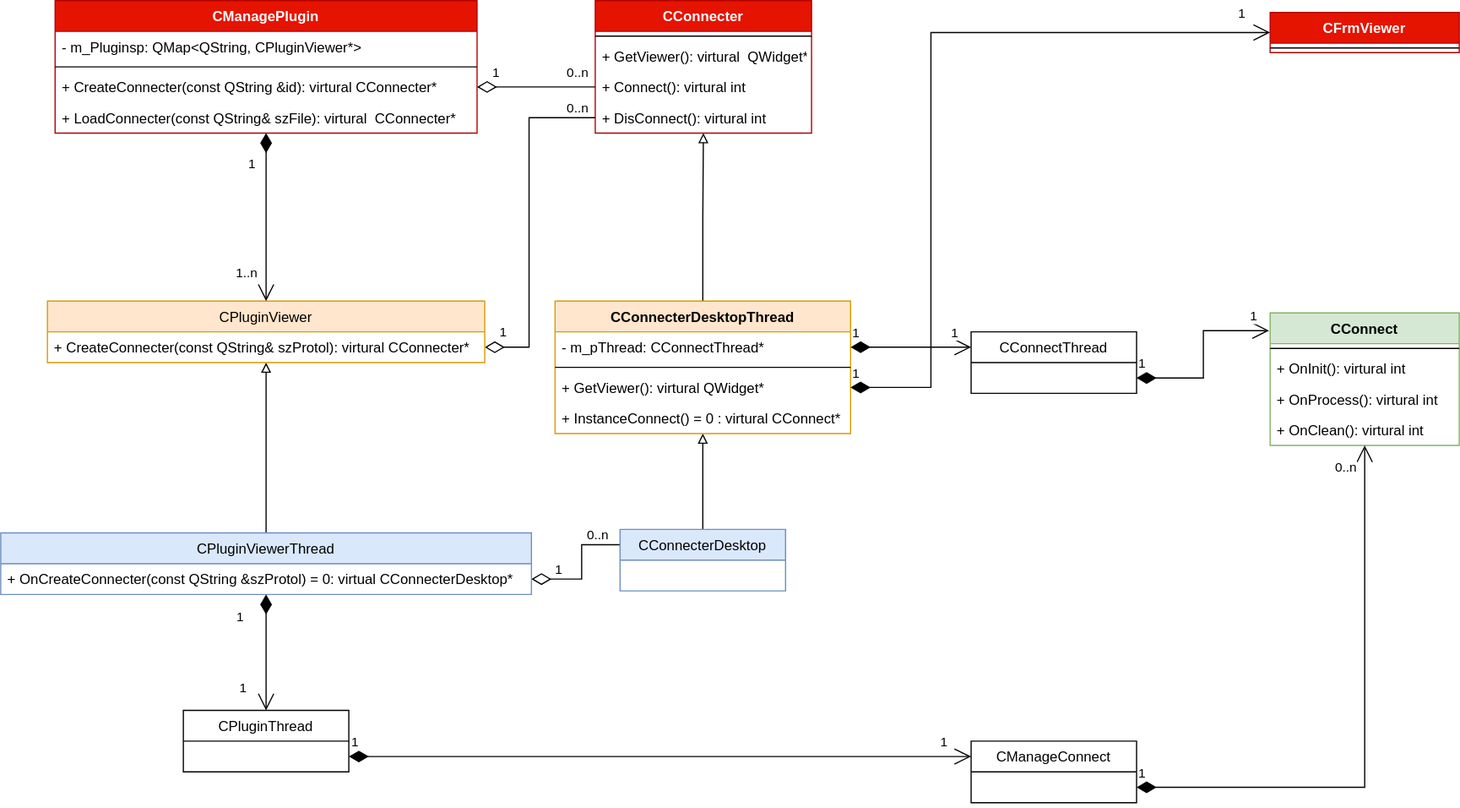
Above: docs/Image/PluginViewerAPI.svg in KangLin/RabbitRemoteControl (draw.io), before the change. Source tidied: cells renumbered, new cells last; positions are measured from the earlier drawing's top-left corner, leaving out a move shared by most shapes.
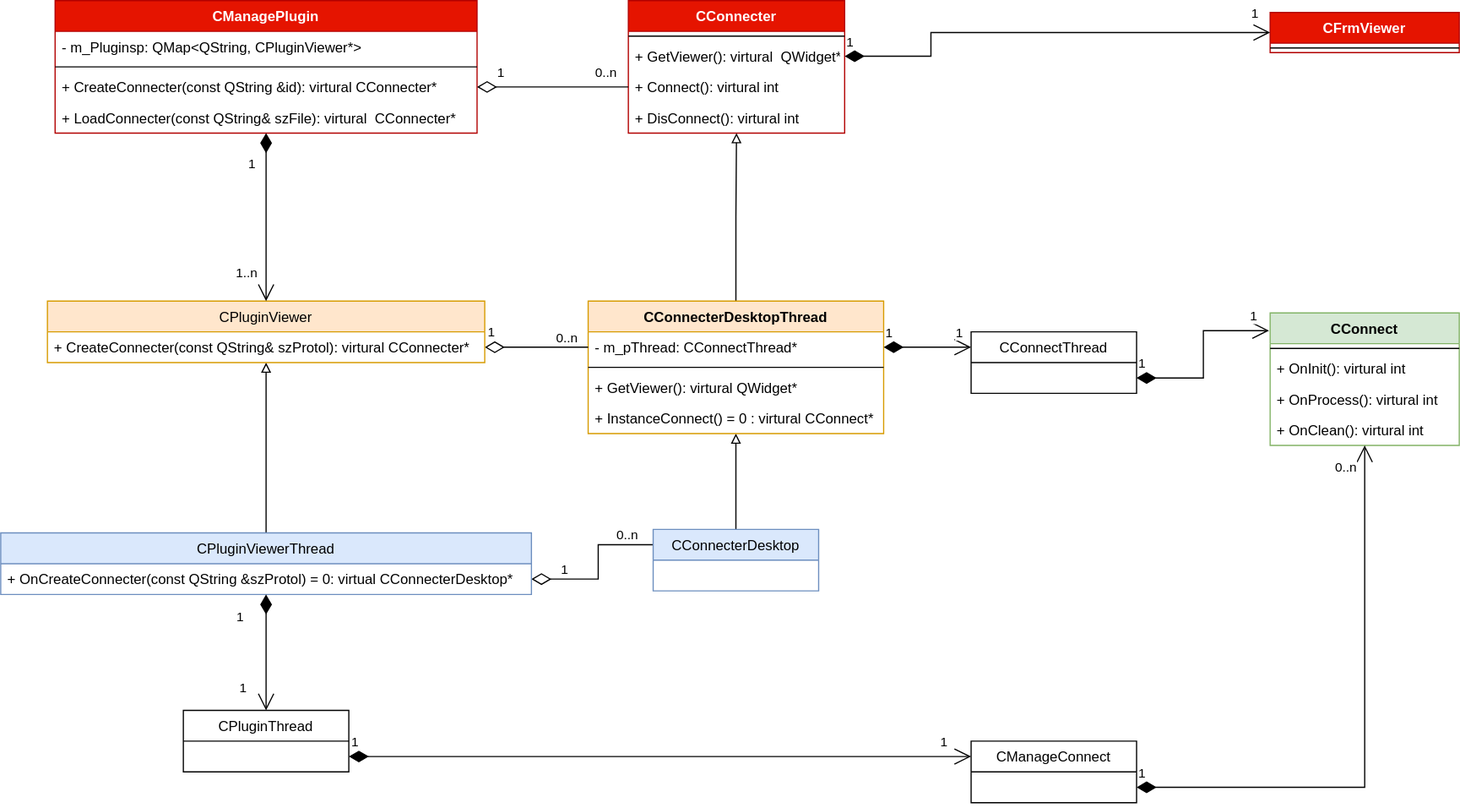
After the change.

The edit, as a diff of the source:
```diff
@@ -18,7 +18,7 @@
       <mxGeometry y="86" width="357" height="26" as="geometry" />
     </mxCell>
     <mxCell id="7" value="CConnecter" style="swimlane;fontStyle=1;align=center;verticalAlign=top;horizontal=1;startSize=26;fillColor=#e51400;fontColor=#ffffff;strokeColor=#B20000;" parent="1" vertex="1">
-      <mxGeometry x="503" width="183" height="112" as="geometry" />
+      <mxGeometry x="531" width="183" height="112" as="geometry" />
     </mxCell>
     <mxCell id="8" style="line;strokeWidth=1;fillColor=none;align=left;verticalAlign=middle;spacingTop=-1;spacingLeft=3;spacingRight=3;labelPosition=right;" parent="7" vertex="1">
       <mxGeometry y="26" width="183" height="8" as="geometry" />
@@ -39,7 +39,7 @@
       <mxGeometry relative="1" as="geometry" />
     </mxCell>
     <mxCell id="14" value="CConnecterDesktopThread&#10;" style="swimlane;fontStyle=1;align=center;verticalAlign=top;horizontal=1;startSize=26;fillColor=#ffe6cc;strokeColor=#d79b00;" parent="1" vertex="1">
-      <mxGeometry x="469" y="254" width="250" height="112" as="geometry" />
+      <mxGeometry x="497" y="254" width="250" height="112" as="geometry" />
     </mxCell>
     <mxCell id="15" value="- m_pThread: CConnectThread*" style="text;strokeColor=none;fillColor=none;align=left;verticalAlign=top;spacingLeft=4;spacingRight=4;overflow=hidden;points=[[0,0.5],[1,0.5]];portConstraint=eastwest;" parent="14" vertex="1">
       <mxGeometry y="26" width="250" height="26" as="geometry" />
@@ -74,11 +74,11 @@
     <mxCell id="25" value="+ OnClean(): virtural int" style="text;strokeColor=none;fillColor=none;align=left;verticalAlign=top;spacingLeft=4;spacingRight=4;overflow=hidden;" parent="21" vertex="1">
       <mxGeometry y="86" width="160" height="26" as="geometry" />
     </mxCell>
-    <mxCell id="26" style="edgeStyle=orthogonalEdgeStyle;rounded=0;jettySize=auto;html=1;startArrow=diamondThin;startFill=0;endArrow=none;endFill=0;exitX=1;exitY=0.5;exitDx=0;exitDy=0;startSize=14;entryX=0;entryY=0.5;entryDx=0;entryDy=0;" parent="1" edge="1" source="31" target="11">
+    <mxCell id="26" style="edgeStyle=orthogonalEdgeStyle;rounded=0;jettySize=auto;html=1;startArrow=diamondThin;startFill=0;endArrow=none;endFill=0;exitX=1;exitY=0.5;exitDx=0;exitDy=0;startSize=14;entryX=0;entryY=0.5;entryDx=0;entryDy=0;" parent="1" edge="1" source="31" target="15">
       <mxGeometry relative="1" as="geometry">
         <Array as="points">
-          <mxPoint x="447" y="293" />
-          <mxPoint x="447" y="99" />
+          <mxPoint x="467" y="293" />
+          <mxPoint x="467" y="293" />
         </Array>
       </mxGeometry>
     </mxCell>
@@ -89,7 +89,7 @@
     </mxCell>
     <mxCell id="28" value="0..n" style="edgeLabel;html=1;align=center;verticalAlign=middle;" parent="26" vertex="1">
       <mxGeometry x="0.87" y="1" relative="1" as="geometry">
-        <mxPoint x="3" y="-8" as="offset" />
+        <mxPoint x="-13" y="-8" as="offset" />
       </mxGeometry>
     </mxCell>
     <mxCell id="29" style="edgeStyle=orthogonalEdgeStyle;rounded=0;jettySize=auto;html=1;entryX=0.5;entryY=0;entryDx=0;entryDy=0;endArrow=none;endFill=0;startArrow=block;startFill=0;" parent="1" edge="1" source="30" target="36">
@@ -124,7 +124,7 @@
       <mxGeometry y="26" width="449" height="26" as="geometry" />
     </mxCell>
     <mxCell id="38" value="CConnecterDesktop" style="swimlane;fontStyle=0;horizontal=1;startSize=26;fillColor=#dae8fc;strokeColor=#6c8ebf;" parent="1" vertex="1">
-      <mxGeometry x="524" y="447" width="140" height="52" as="geometry" />
+      <mxGeometry x="552" y="447" width="140" height="52" as="geometry" />
     </mxCell>
     <mxCell id="39" value="CPluginThread" style="swimlane;fontStyle=0;horizontal=1;startSize=26;fillColor=none;" parent="1" vertex="1">
       <mxGeometry x="154.5" y="600" width="140" height="52" as="geometry" />
@@ -169,10 +169,10 @@
         <mxPoint y="-15" as="offset" />
       </mxGeometry>
     </mxCell>
-    <mxCell id="50" value="1" style="endArrow=open;html=1;endSize=12;startArrow=diamondThin;startSize=14;startFill=1;edgeStyle=orthogonalEdgeStyle;align=left;verticalAlign=bottom;rounded=0;exitX=1;exitY=0.5;exitDx=0;exitDy=0;entryX=0;entryY=0.5;entryDx=0;entryDy=0;" parent="1" edge="1" source="17" target="19">
+    <mxCell id="50" value="1" style="endArrow=open;html=1;endSize=12;startArrow=diamondThin;startSize=14;startFill=1;edgeStyle=orthogonalEdgeStyle;align=left;verticalAlign=bottom;rounded=0;exitX=1;exitY=0.5;exitDx=0;exitDy=0;entryX=0;entryY=0.5;entryDx=0;entryDy=0;" parent="1" edge="1" source="9" target="19">
       <mxGeometry x="-1" y="3" relative="1" as="geometry">
         <Array as="points">
-          <mxPoint x="787" y="327" />
+          <mxPoint x="787" y="47" />
           <mxPoint x="787" y="27" />
         </Array>
       </mxGeometry>
```
